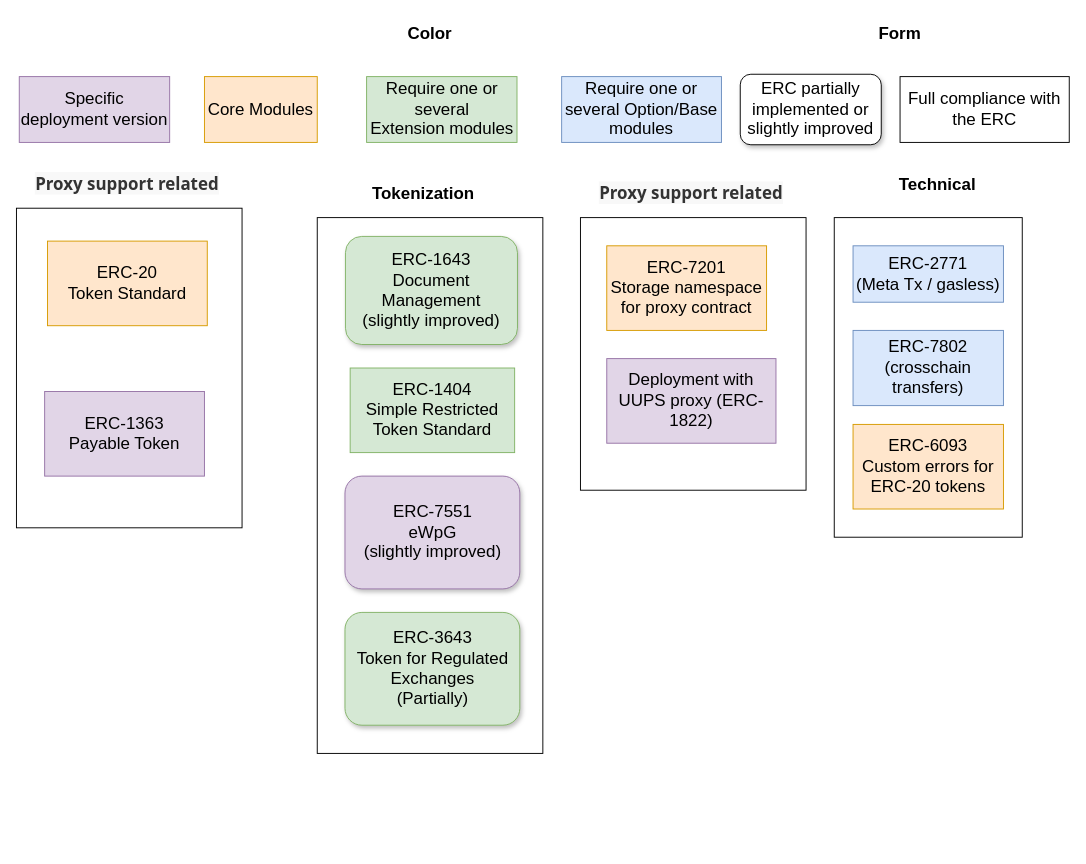
Above: page "ERC" (1 of 4) of doc/schema/drawio/architecture.drawio in CMTA/CMTAT (draw.io), before the change. Source tidied: cells renumbered, new cells numbered last; positions are measured from the earlier drawing's top-left corner, leaving out a move shared by most shapes. Both pictures are drawn from the tidied source at 94%, with x=0, y=0 at pixel (16, 20).
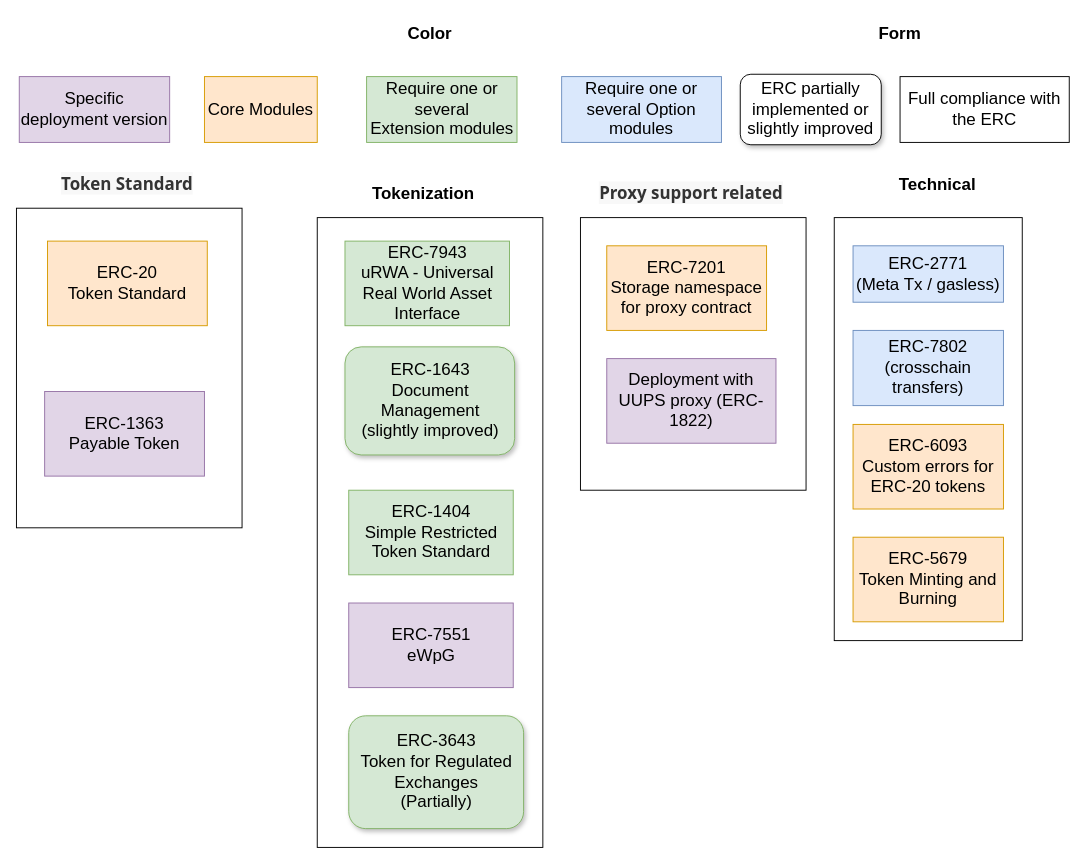
The same diagram, later.

What changed in the source:
```diff
@@
     <mxCell id="2" style="rounded=0;whiteSpace=wrap;html=1;fontSize=18;" parent="1" vertex="1">
-      <mxGeometry x="320" y="210" width="240" height="570" as="geometry" />
+      <mxGeometry x="320" y="210" width="240" height="670" as="geometry" />
     </mxCell>
@@
     <mxCell id="7" style="rounded=0;whiteSpace=wrap;html=1;fontSize=18;" parent="1" vertex="1">
-      <mxGeometry x="870" y="210" width="200" height="340" as="geometry" />
+      <mxGeometry x="870" y="210" width="200" height="450" as="geometry" />
     </mxCell>
@@
     <mxCell id="13" value="ERC-1404&lt;br&gt;Simple Restricted Token Standard" style="rounded=0;whiteSpace=wrap;html=1;fontSize=18;fillColor=#d5e8d4;strokeColor=#82b366;" parent="1" vertex="1">
-      <mxGeometry x="355" y="370" width="175" height="90" as="geometry" />
+      <mxGeometry x="353.5" y="500" width="175" height="90" as="geometry" />
     </mxCell>
@@
-    <mxCell id="15" value="&lt;strong style=&quot;box-sizing: border-box; color: rgb(51, 51, 51); font-family: &amp;quot;Open Sans&amp;quot;, &amp;quot;Clear Sans&amp;quot;, &amp;quot;Helvetica Neue&amp;quot;, Helvetica, Arial, &amp;quot;Segoe UI Emoji&amp;quot;, sans-serif; font-size: 18px; text-align: left; background-color: rgb(248, 248, 248);&quot;&gt;&lt;span style=&quot;box-sizing: border-box; font-size: 18px;&quot; class=&quot;md-plain&quot;&gt;Proxy support related&lt;/span&gt;&lt;/strong&gt;" style="text;html=1;strokeColor=none;fillColor=none;align=center;verticalAlign=middle;whiteSpace=wrap;rounded=0;fontSize=18;" parent="1" vertex="1">
+    <mxCell id="15" value="&lt;strong style=&quot;box-sizing: border-box; color: rgb(51, 51, 51); font-family: &amp;quot;Open Sans&amp;quot;, &amp;quot;Clear Sans&amp;quot;, &amp;quot;Helvetica Neue&amp;quot;, Helvetica, Arial, &amp;quot;Segoe UI Emoji&amp;quot;, sans-serif; font-size: 18px; text-align: left; background-color: rgb(248, 248, 248);&quot;&gt;&lt;span style=&quot;box-sizing: border-box; font-size: 18px;&quot; class=&quot;md-plain&quot;&gt;Token Standard&lt;/span&gt;&lt;/strong&gt;" style="text;html=1;strokeColor=none;fillColor=none;align=center;verticalAlign=middle;whiteSpace=wrap;rounded=0;fontSize=18;" parent="1" vertex="1">
       <mxGeometry x="3" y="160" width="230" height="30" as="geometry" />
     </mxCell>
@@
-    <mxCell id="21" value="Require one or several Option/Base modules" style="rounded=0;whiteSpace=wrap;html=1;fontSize=18;fillColor=#dae8fc;strokeColor=#6c8ebf;" parent="1" vertex="1">
+    <mxCell id="21" value="Require one or several Option modules" style="rounded=0;whiteSpace=wrap;html=1;fontSize=18;fillColor=#dae8fc;strokeColor=#6c8ebf;" parent="1" vertex="1">
       <mxGeometry x="580" y="60" width="170" height="70" as="geometry" />
     </mxCell>
@@
     <mxCell id="24" value="&lt;span style=&quot;font-size: 18px;&quot;&gt;ERC-1643&lt;/span&gt;&lt;br style=&quot;font-size: 18px;&quot;&gt;&lt;span style=&quot;font-size: 18px;&quot;&gt;Document Management&lt;/span&gt;&lt;br style=&quot;font-size: 18px;&quot;&gt;&lt;span style=&quot;font-size: 18px;&quot;&gt;(slightly improved)&lt;/span&gt;" style="rounded=1;whiteSpace=wrap;html=1;glass=0;sketch=0;shadow=1;fillColor=#d5e8d4;strokeColor=#82b366;" parent="1" vertex="1">
-      <mxGeometry x="350" y="230" width="183" height="115" as="geometry" />
+      <mxGeometry x="349.5" y="347.5" width="180.5" height="115" as="geometry" />
     </mxCell>
     <mxCell id="25" value="&lt;font style=&quot;font-size: 18px;&quot;&gt;ERC-3643&lt;br&gt;Token for Regulated Exchanges&lt;br&gt;(Partially)&lt;/font&gt;" style="rounded=1;whiteSpace=wrap;html=1;glass=0;sketch=0;shadow=1;fillColor=#d5e8d4;strokeColor=#82b366;" parent="1" vertex="1">
-      <mxGeometry x="349.5" y="630" width="186" height="120" as="geometry" />
+      <mxGeometry x="353.5" y="740" width="186" height="120" as="geometry" />
     </mxCell>
-    <mxCell id="26" value="&lt;span style=&quot;font-size: 18px;&quot;&gt;ERC-7551&lt;/span&gt;&lt;br style=&quot;font-size: 18px;&quot;&gt;&lt;span style=&quot;font-size: 18px;&quot;&gt;eWpG&lt;/span&gt;&lt;br style=&quot;font-size: 18px;&quot;&gt;&lt;span style=&quot;font-size: 18px;&quot;&gt;(slightly improved)&lt;/span&gt;" style="rounded=1;whiteSpace=wrap;html=1;glass=0;sketch=0;shadow=1;fillColor=#e1d5e7;strokeColor=#9673a6;" parent="1" vertex="1">
-      <mxGeometry x="349.5" y="485" width="186" height="120" as="geometry" />
-    </mxCell>
@@
+    <mxCell id="29" value="ERC-5679&lt;br style=&quot;font-size: 18px;&quot;&gt;Token Minting and Burning" style="rounded=0;whiteSpace=wrap;html=1;fontSize=18;fillColor=#ffe6cc;strokeColor=#d79b00;" parent="1" vertex="1">
+      <mxGeometry x="890" y="550" width="160" height="90" as="geometry" />
+    </mxCell>
+    <mxCell id="30" value="ERC-7551&lt;br&gt;eWpG" style="rounded=0;whiteSpace=wrap;html=1;fontSize=18;fillColor=#e1d5e7;strokeColor=#9673a6;" parent="1" vertex="1">
+      <mxGeometry x="353.5" y="620" width="175" height="90" as="geometry" />
+    </mxCell>
+    <mxCell id="31" value="ERC-7943&lt;br&gt;uRWA - Universal Real World Asset Interface" style="rounded=0;whiteSpace=wrap;html=1;fontSize=18;fillColor=#d5e8d4;strokeColor=#82b366;" parent="1" vertex="1">
+      <mxGeometry x="349.5" y="235" width="175" height="90" as="geometry" />
+    </mxCell>
```
